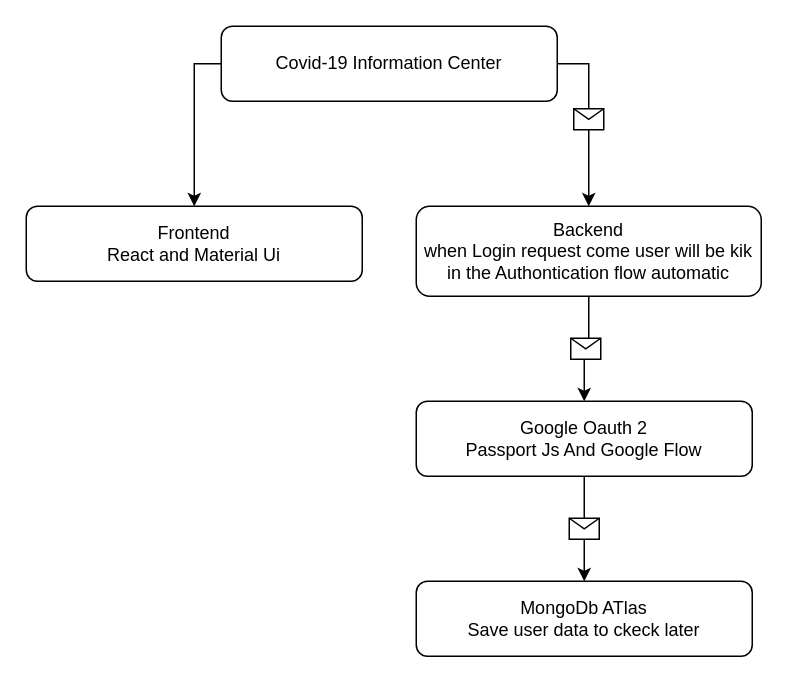
Before: Untitled Diagram.drawio in manimovassagh/FullstackCovide-19App, a draw.io diagram. Source tidied: cells renumbered, new cells numbered last; positions are measured from the earlier drawing's top-left corner, leaving out a move shared by most shapes. Both pictures are drawn from the tidied source at 150%, with x=0, y=0 at pixel (26, 26).
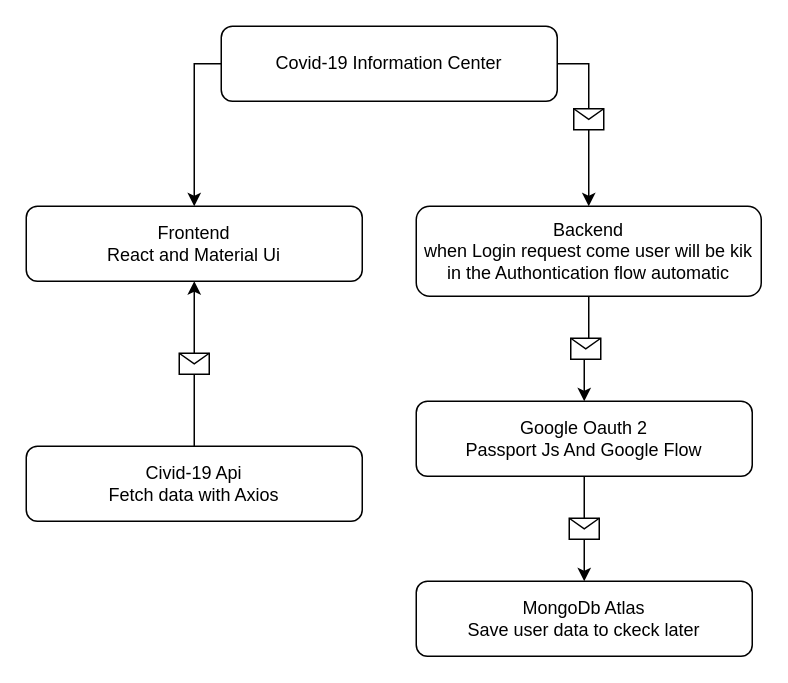
The same diagram, later.

Diff of the diagram source:
```diff
@@
 <mxGraphModel>
   <root>
     <mxCell id="0" />
     <mxCell id="1" parent="0" />
     <mxCell id="2" value="Covid-19 Information Center" style="rounded=1;whiteSpace=wrap;html=1;" parent="1" vertex="1">
       <mxGeometry x="130" width="224" height="50" as="geometry" />
     </mxCell>
     <mxCell id="3" value="Frontend&lt;br&gt;React and Material Ui" style="rounded=1;whiteSpace=wrap;html=1;" parent="1" vertex="1">
       <mxGeometry y="120" width="224" height="50" as="geometry" />
     </mxCell>
     <mxCell id="4" value="Backend&lt;br&gt;when Login request come user will be kik in the Authontication flow automatic" style="rounded=1;whiteSpace=wrap;html=1;" parent="1" vertex="1">
       <mxGeometry x="260" y="120" width="230" height="60" as="geometry" />
     </mxCell>
     <mxCell id="5" style="endArrow=classic;html=1;rounded=0;edgeStyle=orthogonalEdgeStyle;exitX=0;exitY=0.5;exitDx=0;exitDy=0;entryX=0.5;entryY=0;entryDx=0;entryDy=0;" parent="1" edge="1" source="2" target="3">
       <mxGeometry relative="1" as="geometry" />
     </mxCell>
     <mxCell id="6" style="endArrow=classic;html=1;rounded=0;edgeStyle=orthogonalEdgeStyle;exitX=1;exitY=0.5;exitDx=0;exitDy=0;entryX=0.5;entryY=0;entryDx=0;entryDy=0;" parent="1" edge="1" source="2" target="4">
       <mxGeometry relative="1" as="geometry" />
     </mxCell>
     <mxCell id="7" style="shape=message;html=1;" parent="6" vertex="1">
       <mxGeometry width="20" height="14" relative="1" as="geometry">
         <mxPoint x="-10" y="-7" as="offset" />
       </mxGeometry>
     </mxCell>
     <mxCell id="8" value="Google Oauth 2&lt;br&gt;Passport Js And Google Flow" style="rounded=1;whiteSpace=wrap;html=1;" parent="1" vertex="1">
       <mxGeometry x="260" y="250" width="224" height="50" as="geometry" />
     </mxCell>
-    <mxCell id="9" value="MongoDb ATlas&lt;br&gt;Save user data to ckeck later" style="rounded=1;whiteSpace=wrap;html=1;" parent="1" vertex="1">
+    <mxCell id="9" value="MongoDb Atlas&lt;br&gt;Save user data to ckeck later" style="rounded=1;whiteSpace=wrap;html=1;" parent="1" vertex="1">
       <mxGeometry x="260" y="370" width="224" height="50" as="geometry" />
     </mxCell>
     <mxCell id="10" style="endArrow=classic;html=1;rounded=0;edgeStyle=orthogonalEdgeStyle;exitX=0.5;exitY=1;exitDx=0;exitDy=0;entryX=0.5;entryY=0;entryDx=0;entryDy=0;" parent="1" edge="1" source="4" target="8">
       <mxGeometry relative="1" as="geometry" />
     </mxCell>
     <mxCell id="11" style="shape=message;html=1;" parent="10" vertex="1">
       <mxGeometry width="20" height="14" relative="1" as="geometry">
         <mxPoint x="-10" y="-7" as="offset" />
       </mxGeometry>
     </mxCell>
     <mxCell id="12" style="endArrow=classic;html=1;rounded=0;edgeStyle=orthogonalEdgeStyle;exitX=0.5;exitY=1;exitDx=0;exitDy=0;entryX=0.5;entryY=0;entryDx=0;entryDy=0;" parent="1" edge="1" source="8" target="9">
       <mxGeometry relative="1" as="geometry" />
     </mxCell>
     <mxCell id="13" style="shape=message;html=1;" parent="12" vertex="1">
       <mxGeometry width="20" height="14" relative="1" as="geometry">
         <mxPoint x="-10" y="-7" as="offset" />
       </mxGeometry>
     </mxCell>
+    <mxCell id="14" value="Civid-19 Api&lt;br&gt;Fetch data with Axios" style="rounded=1;whiteSpace=wrap;html=1;" parent="1" vertex="1">
+      <mxGeometry y="280" width="224" height="50" as="geometry" />
+    </mxCell>
+    <mxCell id="15" style="endArrow=classic;html=1;rounded=0;edgeStyle=orthogonalEdgeStyle;entryX=0.5;entryY=1;entryDx=0;entryDy=0;exitX=0.5;exitY=0;exitDx=0;exitDy=0;" parent="1" edge="1" source="14" target="3">
+      <mxGeometry relative="1" as="geometry" />
+    </mxCell>
+    <mxCell id="16" style="shape=message;html=1;" parent="15" vertex="1">
+      <mxGeometry width="20" height="14" relative="1" as="geometry">
+        <mxPoint x="-10" y="-7" as="offset" />
+      </mxGeometry>
+    </mxCell>
   </root>
 </mxGraphModel>
```
